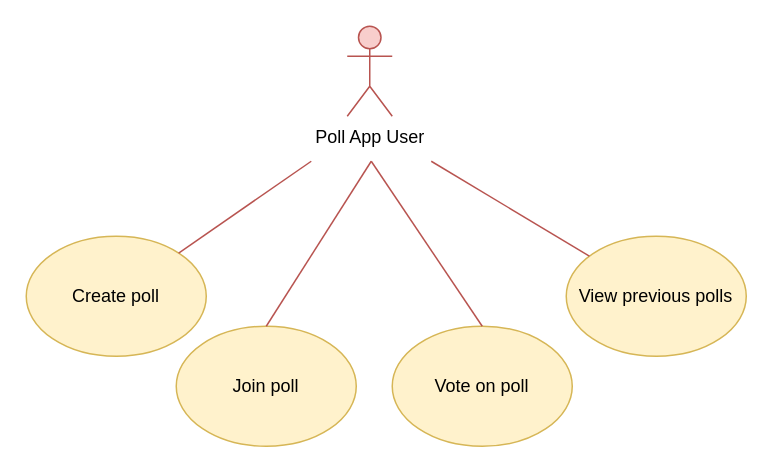
mikkelgunhildsbu/Dat250GruppeOppgave keeps this draw.io diagram as AssignmentA/UseCaseDiagram.drawio. Above is the earlier version. Source tidied: cells renumbered, new cells numbered last; positions are measured from the earlier drawing's top-left corner, leaving out a move shared by most shapes. Both pictures are drawn from the tidied source at 150%, with x=0, y=0 at pixel (26, 26).
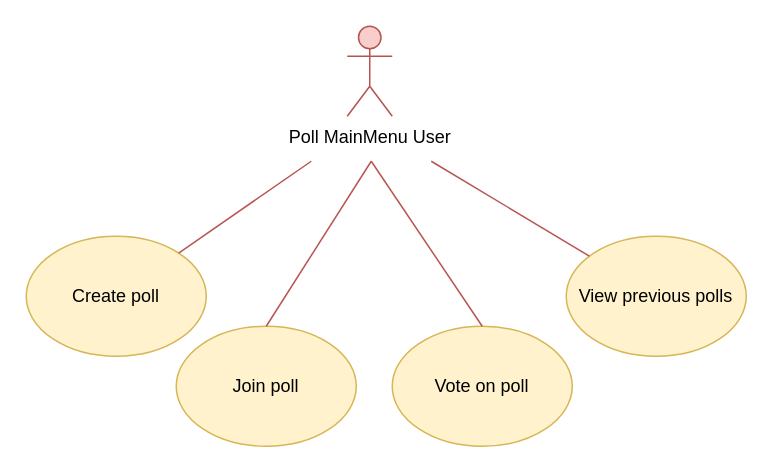
After the change.

Diff of the diagram source:
```diff
@@
 <mxGraphModel>
   <root>
     <mxCell id="0" />
     <mxCell id="1" parent="0" />
-    <mxCell id="2" value="Poll App User" style="shape=umlActor;verticalLabelPosition=bottom;verticalAlign=top;html=1;fillColor=#f8cecc;strokeColor=#b85450;" parent="1" vertex="1">
+    <mxCell id="2" value="Poll MainMenu User" style="shape=umlActor;verticalLabelPosition=bottom;verticalAlign=top;html=1;fillColor=#f8cecc;strokeColor=#b85450;" parent="1" vertex="1">
       <mxGeometry x="214" width="30" height="60" as="geometry" />
     </mxCell>
     <mxCell id="3" value="Create poll" style="ellipse;whiteSpace=wrap;html=1;fillColor=#fff2cc;strokeColor=#d6b656;" parent="1" vertex="1">
       <mxGeometry y="140" width="120" height="80" as="geometry" />
     </mxCell>
     <mxCell id="4" value="Vote on poll" style="ellipse;whiteSpace=wrap;html=1;fillColor=#fff2cc;strokeColor=#d6b656;" parent="1" vertex="1">
       <mxGeometry x="244" y="200" width="120" height="80" as="geometry" />
     </mxCell>
     <mxCell id="5" value="View previous polls" style="ellipse;whiteSpace=wrap;html=1;fillColor=#fff2cc;strokeColor=#d6b656;" parent="1" vertex="1">
       <mxGeometry x="360" y="140" width="120" height="80" as="geometry" />
     </mxCell>
     <mxCell id="6" style="endArrow=none;html=1;rounded=0;fillColor=#f8cecc;strokeColor=#b85450;" parent="1" edge="1" source="3">
       <mxGeometry relative="1" as="geometry">
         <mxPoint x="190" y="90" as="targetPoint" />
       </mxGeometry>
     </mxCell>
     <mxCell id="7" style="endArrow=none;html=1;rounded=0;exitX=0.5;exitY=0;exitDx=0;exitDy=0;fillColor=#f8cecc;strokeColor=#b85450;" parent="1" edge="1" source="4">
       <mxGeometry relative="1" as="geometry">
         <mxPoint x="230" y="90" as="targetPoint" />
       </mxGeometry>
     </mxCell>
     <mxCell id="8" style="endArrow=none;html=1;rounded=0;fillColor=#f8cecc;strokeColor=#b85450;" parent="1" edge="1" source="5">
       <mxGeometry relative="1" as="geometry">
         <mxPoint x="270" y="90" as="targetPoint" />
       </mxGeometry>
     </mxCell>
     <mxCell id="9" value="Join poll" style="ellipse;whiteSpace=wrap;html=1;fillColor=#fff2cc;strokeColor=#d6b656;" parent="1" vertex="1">
       <mxGeometry x="100" y="200" width="120" height="80" as="geometry" />
     </mxCell>
     <mxCell id="10" style="endArrow=none;html=1;rounded=0;exitX=0.5;exitY=0;exitDx=0;exitDy=0;fillColor=#f8cecc;strokeColor=#b85450;" parent="1" edge="1" source="9">
       <mxGeometry relative="1" as="geometry">
         <mxPoint x="230" y="90" as="targetPoint" />
       </mxGeometry>
     </mxCell>
   </root>
 </mxGraphModel>
```
